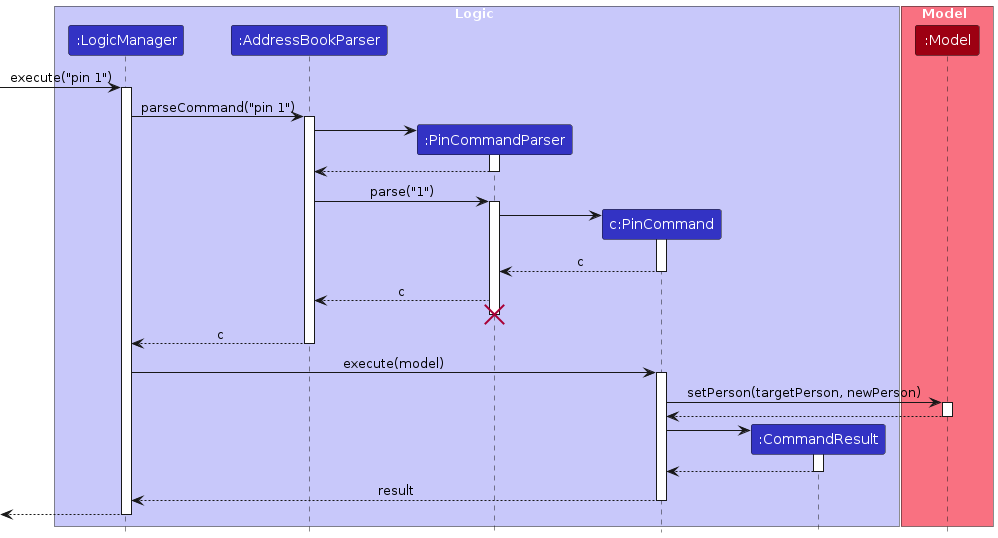
The PlantUML diagram diagrams/PinSequenceDiagram.png in ryanongwx/tp, before a commit. Its source is kept beside it as diagrams/PinSequenceDiagram.puml.
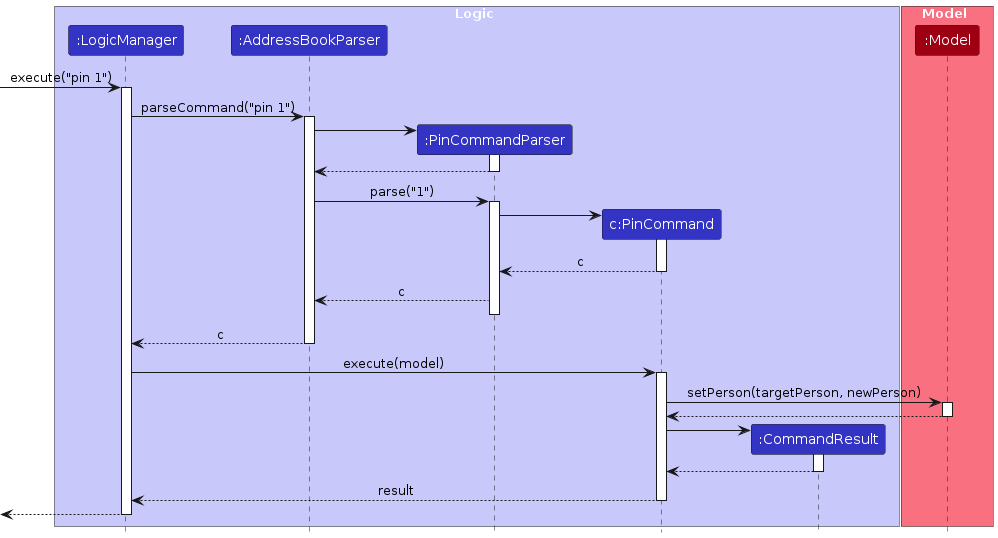
Later version of the same file.

Change to the diagram source:
```diff
@@ -40,7 +40,7 @@
 PinCommandParser --> AddressBookParser : c
 deactivate PinCommand
 PinCommandParser -[hidden]-> AddressBookParser
-destroy PinCommandParser
+deactivate PinCommandParser
 
 AddressBookParser --> LogicManager : c
 deactivate AddressBookParser
```
